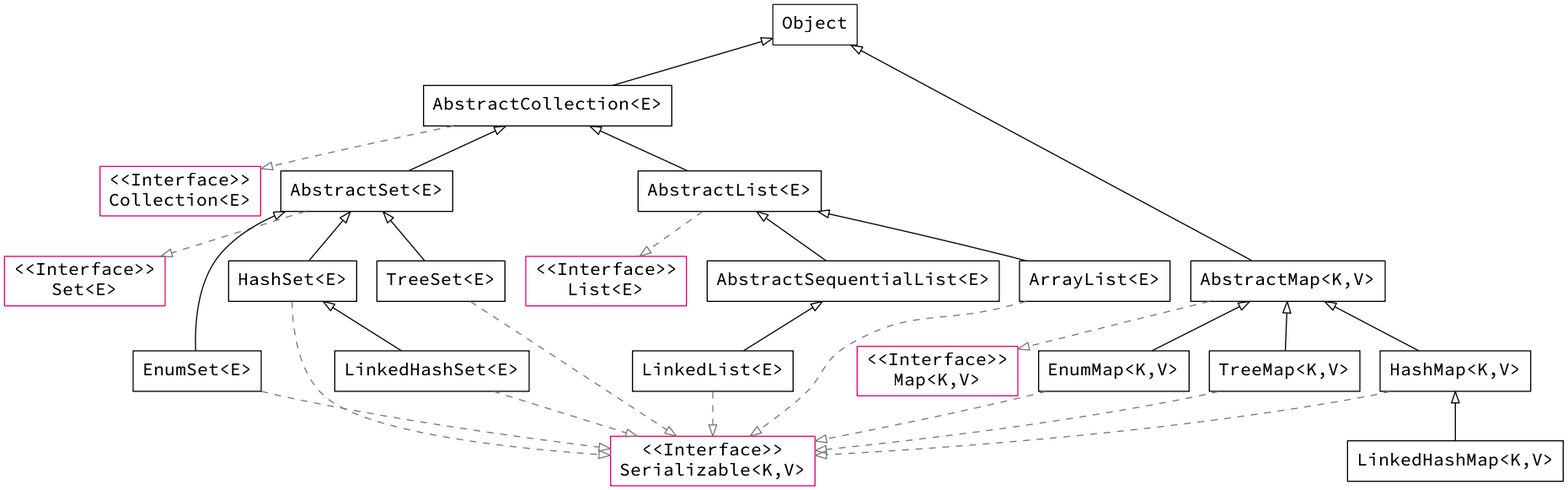
The Graphviz diagram static/image/2019/07/java-collections.png in Jeanhwea/jeanhwea.github.io, before a commit. Its source is kept beside it as static/image/2019/07/java-collections.dot.
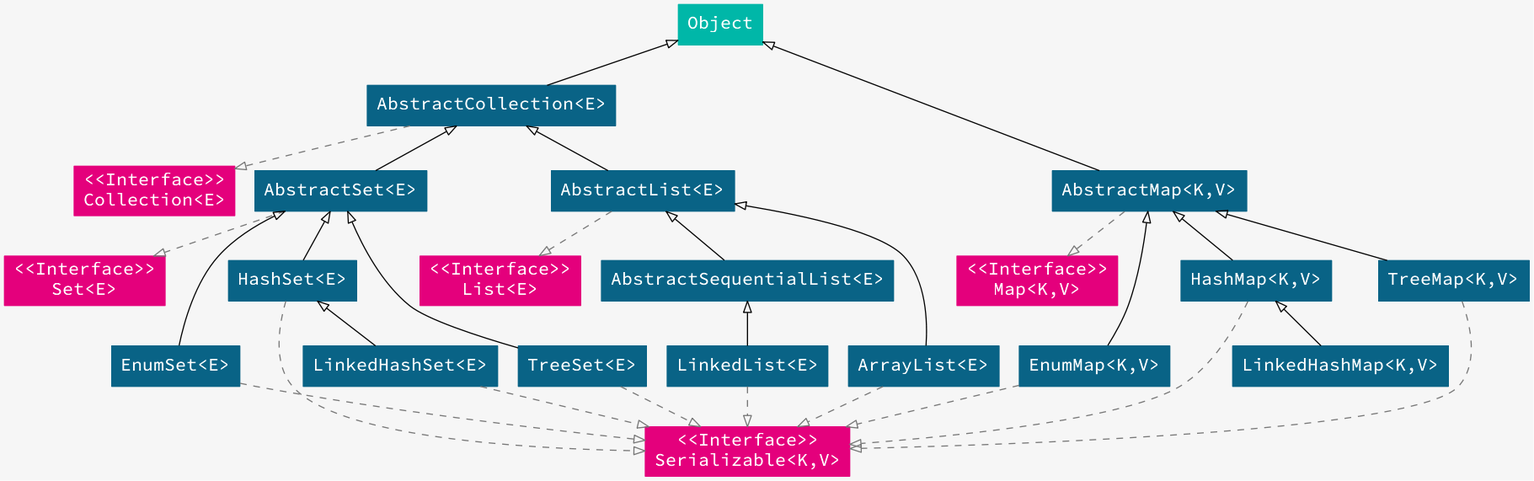
After the commit.

Diff of the diagram source:
```diff
@@ -1,7 +1,8 @@
 digraph javaCollection {
-  node[shape="box"; fontname="Source Code Pro"; fontsize=16 fontcolor="#000000"];
+  bgcolor="#f6f6f6"
+  node[style=filled; shape="box"; fontname="Source Code Pro"; fontsize=16 fontcolor="#ffffff"];
 
-  node[color="#222222"];
+  node[color="#00b7a8"];
   object[label="Object"];
 
   node[color="#e4007c"];
@@ -11,23 +12,24 @@
   map [label="\<\<Interface\>\>\nMap\<K,V\>"];
   serializable [label="\<\<Interface\>\>\nSerializable\<K,V\>"];
 
-  node[color="#000000"];
+  node[color="#096386"];
   abstract_collection[label="AbstractCollection\<E\>"];
+  {
+    rank=same;
+    abstract_set; abstract_list; abstract_map;
+  }
 
-  node[color="#000000"];
   abstract_set [label="AbstractSet\<E\>"];
   enum_set [label="EnumSet\<E\>"];
   hash_set [label="HashSet\<E\>"];
   linked_hash_set [label="LinkedHashSet\<E\>"];
   tree_set [label="TreeSet\<E\>"];
 
-  node[color="#000000"];
   abstract_list [label="AbstractList\<E\>"];
   abstract_sequential_list [label="AbstractSequentialList\<E\>"];
   array_list [label="ArrayList\<E\>"];
   linked_list [label="LinkedList\<E\>"];
 
-  node[color="#000000"];
   abstract_map [label="AbstractMap\<K,V\>"];
   enum_map [label="EnumMap\<K,V\>"];
   hash_map [label="HashMap\<K,V\>"];
```
